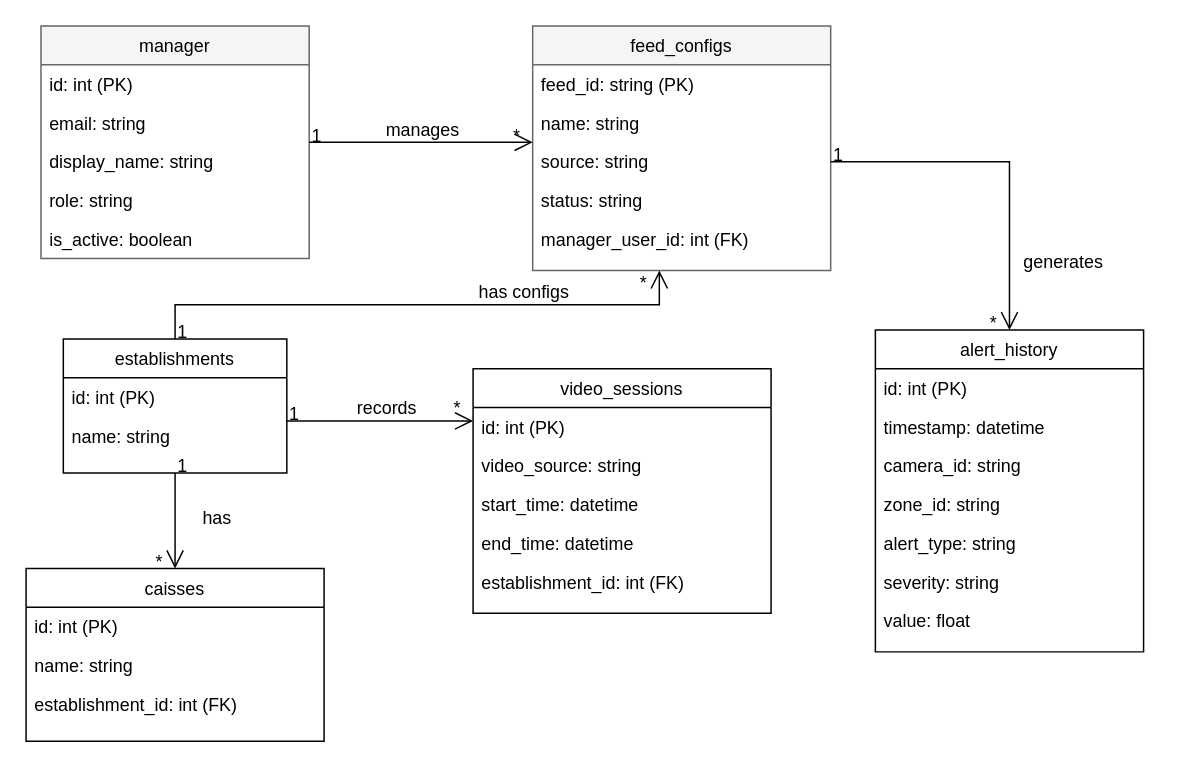
Earlier version of the draw.io diagram report-latex/figures/drawio/optional_class_diagram.drawio (Salmen-BA21/Queue-Wait-Time-Estimation). Source tidied: cells renumbered, new cells numbered last; positions are measured from the earlier drawing's top-left corner, leaving out a move shared by most shapes. Both pictures are drawn from the tidied source at 149%, with x=0, y=0 at pixel (25, 25).
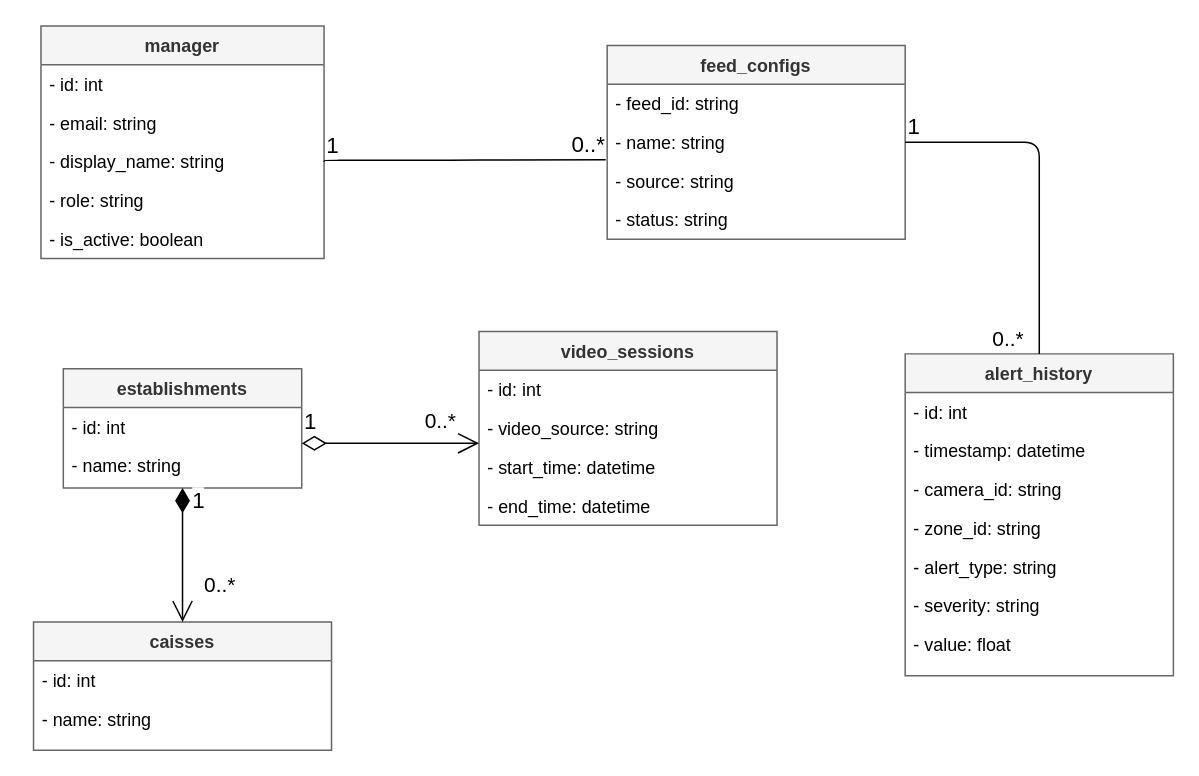
The same diagram, later.

What changed in the source:
```diff
@@
-    <mxCell id="2" value="manager" style="swimlane;fontStyle=0;align=center;verticalAlign=top;horizontal=1;startSize=26;rounded=0;shadow=0;strokeWidth=1;fillColor=#f5f5f5;strokeColor=#666666;" parent="1" vertex="1">
-      <mxGeometry x="10" width="180" height="156" as="geometry" />
+    <mxCell id="2" value="manager" style="swimlane;fontStyle=1;align=center;verticalAlign=top;horizontal=1;startSize=26;rounded=0;shadow=0;strokeWidth=1;fillColor=#f5f5f5;strokeColor=#666666;fontColor=#333333;" parent="1" vertex="1">
+      <mxGeometry x="10" width="190" height="156" as="geometry" />
     </mxCell>
-    <mxCell id="3" value="id: int (PK)" style="text;align=left;verticalAlign=top;spacingLeft=4;spacingRight=4;overflow=hidden;" parent="2" vertex="1">
-      <mxGeometry y="26" width="180" height="26" as="geometry" />
+    <mxCell id="3" value="- id: int" style="text;align=left;verticalAlign=top;spacingLeft=4;spacingRight=4;overflow=hidden;" parent="2" vertex="1">
+      <mxGeometry y="26" width="190" height="26" as="geometry" />
     </mxCell>
-    <mxCell id="4" value="email: string" style="text;align=left;verticalAlign=top;spacingLeft=4;spacingRight=4;overflow=hidden;" parent="2" vertex="1">
-      <mxGeometry y="52" width="180" height="26" as="geometry" />
+    <mxCell id="4" value="- email: string" style="text;align=left;verticalAlign=top;spacingLeft=4;spacingRight=4;overflow=hidden;" parent="2" vertex="1">
+      <mxGeometry y="52" width="190" height="26" as="geometry" />
     </mxCell>
-    <mxCell id="5" value="display_name: string" style="text;align=left;verticalAlign=top;spacingLeft=4;spacingRight=4;overflow=hidden;points=[[0,0.5],[1,0.5]];portConstraint=eastwest;" parent="2" vertex="1">
-      <mxGeometry y="78" width="180" height="26" as="geometry" />
+    <mxCell id="5" value="- display_name: string" style="text;align=left;verticalAlign=top;spacingLeft=4;spacingRight=4;overflow=hidden;points=[[0,0.5],[1,0.5]];portConstraint=eastwest;" parent="2" vertex="1">
+      <mxGeometry y="78" width="190" height="26" as="geometry" />
     </mxCell>
-    <mxCell id="6" value="role: string" style="text;align=left;verticalAlign=top;spacingLeft=4;spacingRight=4;overflow=hidden;" parent="2" vertex="1">
-      <mxGeometry y="104" width="180" height="26" as="geometry" />
+    <mxCell id="6" value="- role: string" style="text;align=left;verticalAlign=top;spacingLeft=4;spacingRight=4;overflow=hidden;" parent="2" vertex="1">
+      <mxGeometry y="104" width="190" height="26" as="geometry" />
     </mxCell>
-    <mxCell id="7" value="is_active: boolean" style="text;align=left;verticalAlign=top;spacingLeft=4;spacingRight=4;overflow=hidden;" parent="2" vertex="1">
-      <mxGeometry y="130" width="180" height="26" as="geometry" />
+    <mxCell id="7" value="- is_active: boolean" style="text;align=left;verticalAlign=top;spacingLeft=4;spacingRight=4;overflow=hidden;" parent="2" vertex="1">
+      <mxGeometry y="130" width="190" height="26" as="geometry" />
     </mxCell>
-    <mxCell id="8" value="feed_configs" style="swimlane;fontStyle=0;align=center;verticalAlign=top;horizontal=1;startSize=26;rounded=0;shadow=0;strokeWidth=1;fillColor=#f5f5f5;strokeColor=#666666;" parent="1" vertex="1">
-      <mxGeometry x="340" width="200" height="164" as="geometry" />
+    <mxCell id="8" value="feed_configs" style="swimlane;fontStyle=1;align=center;verticalAlign=top;horizontal=1;startSize=26;rounded=0;shadow=0;strokeWidth=1;fillColor=#f5f5f5;strokeColor=#666666;fontColor=#333333;" parent="1" vertex="1">
+      <mxGeometry x="390" y="13" width="200" height="130" as="geometry" />
     </mxCell>
-    <mxCell id="9" value="feed_id: string (PK)" style="text;align=left;verticalAlign=top;spacingLeft=4;spacingRight=4;overflow=hidden;" parent="8" vertex="1">
+    <mxCell id="9" value="- feed_id: string" style="text;align=left;verticalAlign=top;spacingLeft=4;spacingRight=4;overflow=hidden;" parent="8" vertex="1">
       <mxGeometry y="26" width="200" height="26" as="geometry" />
     </mxCell>
-    <mxCell id="10" value="name: string" style="text;align=left;verticalAlign=top;spacingLeft=4;spacingRight=4;overflow=hidden;points=[[0,0.5],[1,0.5]];portConstraint=eastwest;" parent="8" vertex="1">
+    <mxCell id="10" value="- name: string" style="text;align=left;verticalAlign=top;spacingLeft=4;spacingRight=4;overflow=hidden;points=[[0,0.5],[1,0.5]];portConstraint=eastwest;" parent="8" vertex="1">
       <mxGeometry y="52" width="200" height="26" as="geometry" />
     </mxCell>
-    <mxCell id="11" value="source: string" style="text;align=left;verticalAlign=top;spacingLeft=4;spacingRight=4;overflow=hidden;points=[[0,0.5],[1,0.5]];portConstraint=eastwest;" parent="8" vertex="1">
+    <mxCell id="11" value="- source: string" style="text;align=left;verticalAlign=top;spacingLeft=4;spacingRight=4;overflow=hidden;points=[[0,0.5],[1,0.5]];portConstraint=eastwest;" parent="8" vertex="1">
       <mxGeometry y="78" width="200" height="26" as="geometry" />
     </mxCell>
-    <mxCell id="12" value="status: string" style="text;align=left;verticalAlign=top;spacingLeft=4;spacingRight=4;overflow=hidden;" parent="8" vertex="1">
+    <mxCell id="12" value="- status: string" style="text;align=left;verticalAlign=top;spacingLeft=4;spacingRight=4;overflow=hidden;" parent="8" vertex="1">
       <mxGeometry y="104" width="200" height="26" as="geometry" />
     </mxCell>
-    <mxCell id="13" value="manager_user_id: int (FK)" style="text;align=left;verticalAlign=top;spacingLeft=4;spacingRight=4;overflow=hidden;" parent="8" vertex="1">
-      <mxGeometry y="130" width="200" height="26" as="geometry" />
-    </mxCell>
-    <mxCell id="14" value="video_sessions" style="swimlane;fontStyle=0;align=center;verticalAlign=top;horizontal=1;startSize=26;rounded=0;shadow=0;strokeWidth=1;" parent="1" vertex="1">
-      <mxGeometry x="300" y="230" width="200" height="164" as="geometry" />
+    <mxCell id="14" value="video_sessions" style="swimlane;fontStyle=1;align=center;verticalAlign=top;horizontal=1;startSize=26;rounded=0;shadow=0;strokeWidth=1;fillColor=#f5f5f5;strokeColor=#666666;fontColor=#333333;" parent="1" vertex="1">
+      <mxGeometry x="304" y="205" width="200" height="130" as="geometry" />
     </mxCell>
-    <mxCell id="15" value="id: int (PK)" style="text;align=left;verticalAlign=top;spacingLeft=4;spacingRight=4;overflow=hidden;" parent="14" vertex="1">
+    <mxCell id="15" value="- id: int" style="text;align=left;verticalAlign=top;spacingLeft=4;spacingRight=4;overflow=hidden;" parent="14" vertex="1">
       <mxGeometry y="26" width="200" height="26" as="geometry" />
     </mxCell>
-    <mxCell id="16" value="video_source: string" style="text;align=left;verticalAlign=top;spacingLeft=4;spacingRight=4;overflow=hidden;" parent="14" vertex="1">
+    <mxCell id="16" value="- video_source: string" style="text;align=left;verticalAlign=top;spacingLeft=4;spacingRight=4;overflow=hidden;" parent="14" vertex="1">
       <mxGeometry y="52" width="200" height="26" as="geometry" />
     </mxCell>
-    <mxCell id="17" value="start_time: datetime" style="text;align=left;verticalAlign=top;spacingLeft=4;spacingRight=4;overflow=hidden;" parent="14" vertex="1">
+    <mxCell id="17" value="- start_time: datetime" style="text;align=left;verticalAlign=top;spacingLeft=4;spacingRight=4;overflow=hidden;" parent="14" vertex="1">
       <mxGeometry y="78" width="200" height="26" as="geometry" />
     </mxCell>
-    <mxCell id="18" value="end_time: datetime" style="text;align=left;verticalAlign=top;spacingLeft=4;spacingRight=4;overflow=hidden;" parent="14" vertex="1">
+    <mxCell id="18" value="- end_time: datetime" style="text;align=left;verticalAlign=top;spacingLeft=4;spacingRight=4;overflow=hidden;" parent="14" vertex="1">
       <mxGeometry y="104" width="200" height="26" as="geometry" />
     </mxCell>
-    <mxCell id="19" value="establishment_id: int (FK)" style="text;align=left;verticalAlign=top;spacingLeft=4;spacingRight=4;overflow=hidden;" parent="14" vertex="1">
-      <mxGeometry y="130" width="200" height="26" as="geometry" />
-    </mxCell>
-    <mxCell id="20" value="establishments" style="swimlane;fontStyle=0;align=center;verticalAlign=top;horizontal=1;startSize=26;rounded=0;shadow=0;strokeWidth=1;" parent="1" vertex="1">
-      <mxGeometry x="25" y="210" width="150" height="90" as="geometry" />
+    <mxCell id="20" value="establishments" style="swimlane;fontStyle=1;align=center;verticalAlign=top;horizontal=1;startSize=26;rounded=0;shadow=0;strokeWidth=1;fillColor=#f5f5f5;strokeColor=#666666;fontColor=#333333;" parent="1" vertex="1">
+      <mxGeometry x="25" y="230" width="160" height="80" as="geometry" />
     </mxCell>
-    <mxCell id="21" value="id: int (PK)" style="text;align=left;verticalAlign=top;spacingLeft=4;spacingRight=4;overflow=hidden;" parent="20" vertex="1">
-      <mxGeometry y="26" width="150" height="26" as="geometry" />
+    <mxCell id="21" value="- id: int" style="text;align=left;verticalAlign=top;spacingLeft=4;spacingRight=4;overflow=hidden;" parent="20" vertex="1">
+      <mxGeometry y="26" width="160" height="26" as="geometry" />
     </mxCell>
-    <mxCell id="22" value="name: string" style="text;align=left;verticalAlign=top;spacingLeft=4;spacingRight=4;overflow=hidden;" parent="20" vertex="1">
-      <mxGeometry y="52" width="150" height="26" as="geometry" />
+    <mxCell id="22" value="- name: string" style="text;align=left;verticalAlign=top;spacingLeft=4;spacingRight=4;overflow=hidden;" parent="20" vertex="1">
+      <mxGeometry y="52" width="160" height="26" as="geometry" />
     </mxCell>
-    <mxCell id="23" value="caisses" style="swimlane;fontStyle=0;align=center;verticalAlign=top;horizontal=1;startSize=26;rounded=0;shadow=0;strokeWidth=1;" parent="1" vertex="1">
-      <mxGeometry y="364" width="200" height="116" as="geometry" />
+    <mxCell id="23" value="caisses" style="swimlane;fontStyle=1;align=center;verticalAlign=top;horizontal=1;startSize=26;rounded=0;shadow=0;strokeWidth=1;fillColor=#f5f5f5;strokeColor=#666666;fontColor=#333333;" parent="1" vertex="1">
+      <mxGeometry x="5" y="400" width="200" height="86" as="geometry" />
     </mxCell>
-    <mxCell id="24" value="id: int (PK)" style="text;align=left;verticalAlign=top;spacingLeft=4;spacingRight=4;overflow=hidden;" parent="23" vertex="1">
+    <mxCell id="24" value="- id: int" style="text;align=left;verticalAlign=top;spacingLeft=4;spacingRight=4;overflow=hidden;" parent="23" vertex="1">
       <mxGeometry y="26" width="200" height="26" as="geometry" />
     </mxCell>
-    <mxCell id="25" value="name: string" style="text;align=left;verticalAlign=top;spacingLeft=4;spacingRight=4;overflow=hidden;" parent="23" vertex="1">
+    <mxCell id="25" value="- name: string" style="text;align=left;verticalAlign=top;spacingLeft=4;spacingRight=4;overflow=hidden;" parent="23" vertex="1">
       <mxGeometry y="52" width="200" height="26" as="geometry" />
     </mxCell>
-    <mxCell id="26" value="establishment_id: int (FK)" style="text;align=left;verticalAlign=top;spacingLeft=4;spacingRight=4;overflow=hidden;" parent="23" vertex="1">
-      <mxGeometry y="78" width="200" height="26" as="geometry" />
-    </mxCell>
-    <mxCell id="27" value="alert_history" style="swimlane;fontStyle=0;align=center;verticalAlign=top;horizontal=1;startSize=26;rounded=0;shadow=0;strokeWidth=1;" parent="1" vertex="1">
-      <mxGeometry x="570" y="204" width="180" height="216" as="geometry" />
+    <mxCell id="27" value="alert_history" style="swimlane;fontStyle=1;align=center;verticalAlign=top;horizontal=1;startSize=26;rounded=0;shadow=0;strokeWidth=1;fillColor=#f5f5f5;strokeColor=#666666;fontColor=#333333;" parent="1" vertex="1">
+      <mxGeometry x="590" y="220" width="180" height="216" as="geometry" />
     </mxCell>
-    <mxCell id="28" value="id: int (PK)" style="text;align=left;verticalAlign=top;spacingLeft=4;spacingRight=4;overflow=hidden;" parent="27" vertex="1">
+    <mxCell id="28" value="- id: int" style="text;align=left;verticalAlign=top;spacingLeft=4;spacingRight=4;overflow=hidden;" parent="27" vertex="1">
       <mxGeometry y="26" width="180" height="26" as="geometry" />
     </mxCell>
-    <mxCell id="29" value="timestamp: datetime" style="text;align=left;verticalAlign=top;spacingLeft=4;spacingRight=4;overflow=hidden;" parent="27" vertex="1">
+    <mxCell id="29" value="- timestamp: datetime" style="text;align=left;verticalAlign=top;spacingLeft=4;spacingRight=4;overflow=hidden;" parent="27" vertex="1">
       <mxGeometry y="52" width="180" height="26" as="geometry" />
     </mxCell>
-    <mxCell id="30" value="camera_id: string" style="text;align=left;verticalAlign=top;spacingLeft=4;spacingRight=4;overflow=hidden;" parent="27" vertex="1">
+    <mxCell id="30" value="- camera_id: string" style="text;align=left;verticalAlign=top;spacingLeft=4;spacingRight=4;overflow=hidden;" parent="27" vertex="1">
       <mxGeometry y="78" width="180" height="26" as="geometry" />
     </mxCell>
-    <mxCell id="31" value="zone_id: string" style="text;align=left;verticalAlign=top;spacingLeft=4;spacingRight=4;overflow=hidden;" parent="27" vertex="1">
+    <mxCell id="31" value="- zone_id: string" style="text;align=left;verticalAlign=top;spacingLeft=4;spacingRight=4;overflow=hidden;" parent="27" vertex="1">
       <mxGeometry y="104" width="180" height="26" as="geometry" />
     </mxCell>
-    <mxCell id="32" value="alert_type: string" style="text;align=left;verticalAlign=top;spacingLeft=4;spacingRight=4;overflow=hidden;" parent="27" vertex="1">
+    <mxCell id="32" value="- alert_type: string" style="text;align=left;verticalAlign=top;spacingLeft=4;spacingRight=4;overflow=hidden;" parent="27" vertex="1">
       <mxGeometry y="130" width="180" height="26" as="geometry" />
     </mxCell>
-    <mxCell id="33" value="severity: string" style="text;align=left;verticalAlign=top;spacingLeft=4;spacingRight=4;overflow=hidden;" parent="27" vertex="1">
+    <mxCell id="33" value="- severity: string" style="text;align=left;verticalAlign=top;spacingLeft=4;spacingRight=4;overflow=hidden;" parent="27" vertex="1">
       <mxGeometry y="156" width="180" height="26" as="geometry" />
     </mxCell>
-    <mxCell id="34" value="value: float" style="text;align=left;verticalAlign=top;spacingLeft=4;spacingRight=4;overflow=hidden;" parent="27" vertex="1">
+    <mxCell id="34" value="- value: float" style="text;align=left;verticalAlign=top;spacingLeft=4;spacingRight=4;overflow=hidden;" parent="27" vertex="1">
       <mxGeometry y="182" width="180" height="26" as="geometry" />
     </mxCell>
-    <mxCell id="35" style="endArrow=open;endSize=10;endFill=0;shadow=0;strokeWidth=1;rounded=0;curved=0;edgeStyle=elbowEdgeStyle;elbow=vertical;" parent="1" edge="1" source="2" target="8">
-      <mxGeometry relative="1" as="geometry" />
-    </mxCell>
-    <mxCell id="36" value="1" style="align=left;verticalAlign=bottom;labelBackgroundColor=none;fontSize=12;" parent="35" vertex="1">
-      <mxGeometry x="-1" relative="1" as="geometry">
-        <mxPoint y="4" as="offset" />
-      </mxGeometry>
-    </mxCell>
-    <mxCell id="37" value="*" style="align=right;verticalAlign=bottom;labelBackgroundColor=none;fontSize=12;" parent="35" vertex="1">
-      <mxGeometry x="1" relative="1" as="geometry">
-        <mxPoint x="-7" y="4" as="offset" />
-      </mxGeometry>
-    </mxCell>
-    <mxCell id="38" value="manages" style="text;html=1;align=center;verticalAlign=middle;labelBackgroundColor=none;rounded=0;shadow=0;strokeWidth=1;fontSize=12;" parent="35" vertex="1">
-      <mxGeometry x="0.5" y="49" relative="1" as="geometry">
-        <mxPoint x="-38" y="40" as="offset" />
-      </mxGeometry>
-    </mxCell>
-    <mxCell id="39" style="endArrow=open;endSize=10;endFill=0;shadow=0;strokeWidth=1;rounded=0;curved=0;edgeStyle=elbowEdgeStyle;elbow=vertical;exitX=1;exitY=0.5;exitDx=0;exitDy=0;entryX=0.5;entryY=0;entryDx=0;entryDy=0;" parent="1" edge="1" source="11" target="27">
-      <mxGeometry relative="1" as="geometry">
-        <Array as="points">
-          <mxPoint x="750" y="91" />
-        </Array>
-      </mxGeometry>
-    </mxCell>
-    <mxCell id="40" value="1" style="align=left;verticalAlign=bottom;labelBackgroundColor=none;fontSize=12;" parent="39" vertex="1">
-      <mxGeometry x="-1" relative="1" as="geometry">
-        <mxPoint y="4" as="offset" />
-      </mxGeometry>
-    </mxCell>
-    <mxCell id="41" value="*" style="align=right;verticalAlign=bottom;labelBackgroundColor=none;fontSize=12;" parent="39" vertex="1">
-      <mxGeometry x="1" relative="1" as="geometry">
-        <mxPoint x="-7" y="4" as="offset" />
-      </mxGeometry>
-    </mxCell>
-    <mxCell id="42" value="generates" style="text;html=1;align=center;verticalAlign=middle;labelBackgroundColor=none;rounded=0;shadow=0;strokeWidth=1;fontSize=12;" parent="39" vertex="1">
-      <mxGeometry x="0.5" y="49" relative="1" as="geometry">
-        <mxPoint x="-14" y="12" as="offset" />
-      </mxGeometry>
-    </mxCell>
-    <mxCell id="43" style="endArrow=open;endSize=10;endFill=0;shadow=0;strokeWidth=1;rounded=0;curved=0;edgeStyle=elbowEdgeStyle;elbow=vertical;exitX=0.5;exitY=0;exitDx=0;exitDy=0;" parent="1" edge="1" source="20">
-      <mxGeometry relative="1" as="geometry">
-        <mxPoint x="425" y="164" as="targetPoint" />
-      </mxGeometry>
-    </mxCell>
-    <mxCell id="44" value="1" style="align=left;verticalAlign=bottom;labelBackgroundColor=none;fontSize=12;" parent="43" vertex="1">
-      <mxGeometry x="-1" relative="1" as="geometry">
-        <mxPoint y="4" as="offset" />
-      </mxGeometry>
-    </mxCell>
-    <mxCell id="45" value="*" style="align=right;verticalAlign=bottom;labelBackgroundColor=none;fontSize=12;" parent="43" vertex="1">
-      <mxGeometry x="1" relative="1" as="geometry">
-        <mxPoint x="-7" y="17" as="offset" />
-      </mxGeometry>
-    </mxCell>
-    <mxCell id="46" value="has configs" style="text;html=1;align=center;verticalAlign=middle;labelBackgroundColor=none;rounded=0;shadow=0;strokeWidth=1;fontSize=12;" parent="43" vertex="1">
-      <mxGeometry x="0.5" y="49" relative="1" as="geometry">
-        <mxPoint x="-22" y="40" as="offset" />
-      </mxGeometry>
-    </mxCell>
+    <mxCell id="55" style="endArrow=none;html=1;edgeStyle=orthogonalEdgeStyle;exitX=1;exitY=0.5;exitDx=0;exitDy=0;entryX=-0.005;entryY=0.948;entryDx=0;entryDy=0;entryPerimeter=0;" parent="1" edge="1" source="5" target="10">
+      <mxGeometry relative="1" as="geometry">
+        <Array as="points">
+          <mxPoint x="200" y="90" />
+          <mxPoint x="295" y="90" />
+        </Array>
+      </mxGeometry>
+    </mxCell>
+    <mxCell id="56" value="1" style="edgeLabel;html=1;align=left;verticalAlign=bottom;fontSize=15;" parent="55" vertex="1">
+      <mxGeometry x="-1" relative="1" as="geometry" />
+    </mxCell>
+    <mxCell id="57" value="0..*" style="edgeLabel;html=1;align=right;verticalAlign=bottom;fontSize=15;" parent="55" vertex="1">
+      <mxGeometry x="1" relative="1" as="geometry" />
+    </mxCell>
+    <mxCell id="58" style="endArrow=none;html=1;edgeStyle=orthogonalEdgeStyle;exitX=1;exitY=0.5;exitDx=0;exitDy=0;entryX=0.5;entryY=0;entryDx=0;entryDy=0;" parent="1" edge="1" source="10" target="27">
+      <mxGeometry relative="1" as="geometry" />
+    </mxCell>
+    <mxCell id="59" value="1" style="edgeLabel;html=1;align=left;verticalAlign=bottom;fontSize=15;" parent="58" vertex="1">
+      <mxGeometry x="-1" relative="1" as="geometry" />
+    </mxCell>
+    <mxCell id="60" value="0..*" style="edgeLabel;html=1;align=right;verticalAlign=bottom;fontSize=14;" parent="58" vertex="1">
+      <mxGeometry x="1" relative="1" as="geometry">
+        <mxPoint x="-10" as="offset" />
+      </mxGeometry>
+    </mxCell>
-    <mxCell id="47" style="endArrow=open;endSize=10;endFill=0;shadow=0;strokeWidth=1;rounded=0;curved=0;edgeStyle=elbowEdgeStyle;elbow=vertical;" parent="1" edge="1" source="20" target="23">
-      <mxGeometry relative="1" as="geometry" />
+    <mxCell id="47" value="1" style="endArrow=open;html=1;endSize=12;startArrow=diamondThin;startSize=14;startFill=1;edgeStyle=orthogonalEdgeStyle;align=left;verticalAlign=bottom;exitX=0.5;exitY=1;exitDx=0;exitDy=0;entryX=0.5;entryY=0;entryDx=0;entryDy=0;fontSize=15;" parent="1" edge="1" source="20" target="23">
+      <mxGeometry x="-0.56" y="5" relative="1" as="geometry" />
     </mxCell>
-    <mxCell id="48" value="1" style="align=left;verticalAlign=bottom;labelBackgroundColor=none;fontSize=12;" parent="47" vertex="1">
-      <mxGeometry x="-1" relative="1" as="geometry">
-        <mxPoint y="4" as="offset" />
-      </mxGeometry>
-    </mxCell>
-    <mxCell id="49" value="*" style="align=right;verticalAlign=bottom;labelBackgroundColor=none;fontSize=12;" parent="47" vertex="1">
-      <mxGeometry x="1" relative="1" as="geometry">
-        <mxPoint x="-7" y="4" as="offset" />
-      </mxGeometry>
-    </mxCell>
-    <mxCell id="50" value="has" style="text;html=1;align=center;verticalAlign=middle;labelBackgroundColor=none;rounded=0;shadow=0;strokeWidth=1;fontSize=12;" parent="47" vertex="1">
-      <mxGeometry x="0.5" y="49" relative="1" as="geometry">
-        <mxPoint x="-22" y="-18" as="offset" />
-      </mxGeometry>
-    </mxCell>
+    <mxCell id="61" value="0..*" style="edgeLabel;html=1;align=right;verticalAlign=bottom;fontSize=14;" parent="1" vertex="1">
+      <mxGeometry x="680" y="230" as="geometry">
+        <mxPoint x="-539" y="155" as="offset" />
+      </mxGeometry>
+    </mxCell>
-    <mxCell id="51" style="endArrow=open;endSize=10;endFill=0;shadow=0;strokeWidth=1;rounded=0;curved=0;edgeStyle=elbowEdgeStyle;elbow=vertical;" parent="1" edge="1" source="20" target="14">
-      <mxGeometry relative="1" as="geometry" />
+    <mxCell id="51" value="1" style="endArrow=open;html=1;endSize=12;startArrow=diamondThin;startSize=14;startFill=0;edgeStyle=orthogonalEdgeStyle;align=left;verticalAlign=bottom;fontSize=15;" parent="1" edge="1" source="20" target="14">
+      <mxGeometry x="-1" y="3" relative="1" as="geometry">
+        <Array as="points">
+          <mxPoint x="240" y="280" />
+          <mxPoint x="240" y="280" />
+        </Array>
+      </mxGeometry>
     </mxCell>
-    <mxCell id="52" value="1" style="align=left;verticalAlign=bottom;labelBackgroundColor=none;fontSize=12;" parent="51" vertex="1">
-      <mxGeometry x="-1" relative="1" as="geometry">
-        <mxPoint y="4" as="offset" />
-      </mxGeometry>
-    </mxCell>
-    <mxCell id="53" value="*" style="align=right;verticalAlign=bottom;labelBackgroundColor=none;fontSize=12;" parent="51" vertex="1">
-      <mxGeometry x="1" relative="1" as="geometry">
-        <mxPoint x="-7" as="offset" />
-      </mxGeometry>
-    </mxCell>
-    <mxCell id="54" value="records" style="text;html=1;align=center;verticalAlign=middle;labelBackgroundColor=none;rounded=0;shadow=0;strokeWidth=1;fontSize=12;" parent="51" vertex="1">
-      <mxGeometry x="0.5" y="49" relative="1" as="geometry">
-        <mxPoint x="-28" y="40" as="offset" />
-      </mxGeometry>
-    </mxCell>
+    <mxCell id="62" value="0..*" style="edgeLabel;html=1;align=right;verticalAlign=bottom;fontSize=14;" parent="1" vertex="1">
+      <mxGeometry x="680" y="240" as="geometry">
+        <mxPoint x="-391" y="35" as="offset" />
+      </mxGeometry>
+    </mxCell>
```
